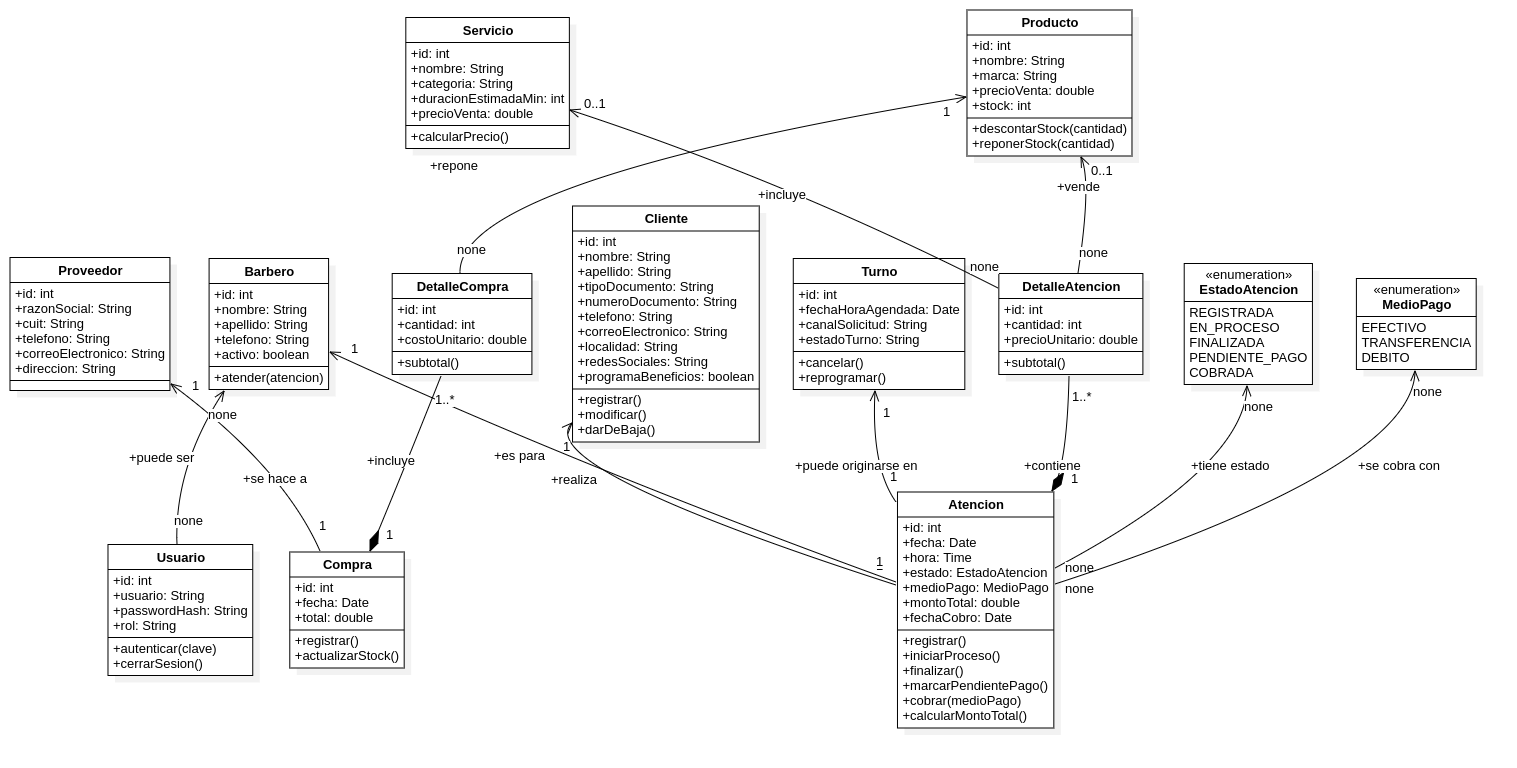
Above: docs/uml/class-diagram.png in Marcos-Castillo/EstiloCordoba (Mermaid), before the change. Its source is kept beside it as docs/uml/class-diagram.mmd. Source of this version:
```mermaid
classDiagram

    class Cliente {
        +int id
        +String nombre
        +String apellido
        +String tipoDocumento
        +String numeroDocumento
        +String telefono
        +String correoElectronico
        +String localidad
        +String redesSociales
        +boolean programaBeneficios
        +registrar()
        +modificar()
        +darDeBaja()
    }

    class Barbero {
        +int id
        +String nombre
        +String apellido
        +String telefono
        +boolean activo
        +atender(atencion)
    }

    class Servicio {
        +int id
        +String nombre
        +String categoria
        +int duracionEstimadaMin
        +double precioVenta
        +calcularPrecio()
    }

    class Producto {
        +int id
        +String nombre
        +String marca
        +double precioVenta
        +int stock
        +descontarStock(cantidad)
        +reponerStock(cantidad)
    }

    class Atencion {
        +int id
        +Date fecha
        +Time hora
        +EstadoAtencion estado
        +MedioPago medioPago
        +double montoTotal
        +Date fechaCobro
        +registrar()
        +iniciarProceso()
        +finalizar()
        +marcarPendientePago()
        +cobrar(medioPago)
        +calcularMontoTotal()
    }

    class DetalleAtencion {
        +int id
        +int cantidad
        +double precioUnitario
        +double subtotal()
    }

    class Turno {
        +int id
        +Date fechaHoraAgendada
        +String canalSolicitud
        +String estadoTurno
        +cancelar()
        +reprogramar()
    }

    class Usuario {
        +int id
        +String usuario
        +String passwordHash
        +String rol
        +autenticar(clave)
        +cerrarSesion()
    }

    class Proveedor {
        +int id
        +String razonSocial
        +String cuit
        +String telefono
        +String correoElectronico
        +String direccion
    }

    class Compra {
        +int id
        +Date fecha
        +double total
        +registrar()
        +actualizarStock()
    }

    class DetalleCompra {
        +int id
        +int cantidad
        +double costoUnitario
        +subtotal()
    }

    class MedioPago {
        <<enumeration>>
        EFECTIVO
        TRANSFERENCIA
        DEBITO
    }

    class EstadoAtencion {
        <<enumeration>>
        REGISTRADA
        EN_PROCESO
        FINALIZADA
        PENDIENTE_PAGO
        COBRADA
    }

    Atencion "1" --> "1" Cliente : es para
    Atencion "1" --> "1" Barbero : realiza
    Atencion "1" --> "1" Turno : puede originarse en
    Atencion "1" *-- "1..*" DetalleAtencion : contiene
    Atencion --> EstadoAtencion : tiene estado
    Atencion --> MedioPago : se cobra con

    DetalleAtencion --> "0..1" Servicio : incluye
    DetalleAtencion --> "0..1" Producto : vende

    Compra "1" --> "1" Proveedor : se hace a
    Compra "1" *-- "1..*" DetalleCompra : incluye
    DetalleCompra --> "1" Producto : repone

    Usuario --> Barbero : puede ser
```
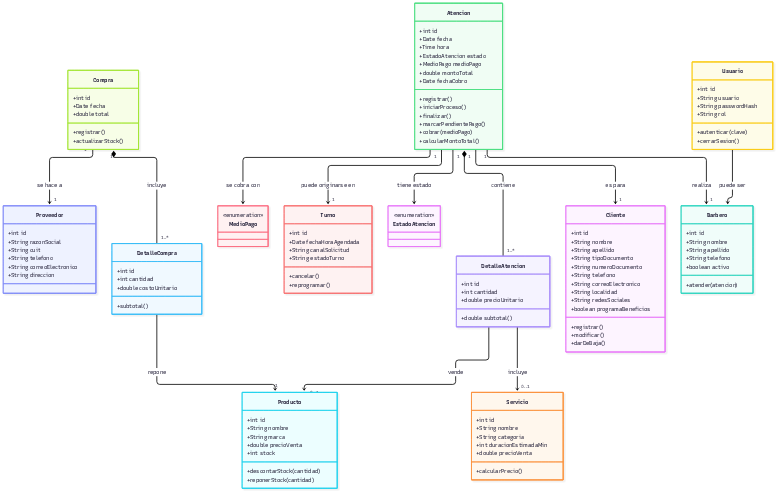
Above is the later version.

Commit message:
docs: simplifica enums del diagrama de clases segun observaciones de catedra

Diff of the diagram source:
```diff
@@ -111,18 +111,10 @@
 
     class MedioPago {
         <<enumeration>>
-        EFECTIVO
-        TRANSFERENCIA
-        DEBITO
     }
 
     class EstadoAtencion {
         <<enumeration>>
-        REGISTRADA
-        EN_PROCESO
-        FINALIZADA
-        PENDIENTE_PAGO
-        COBRADA
     }
 
     Atencion "1" --> "1" Cliente : es para
```
